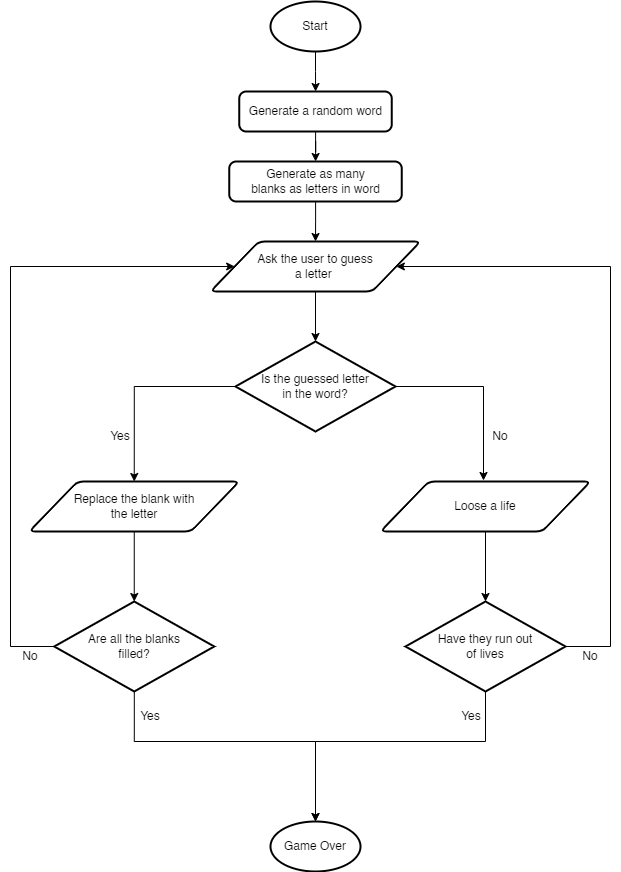
Earlier version of the draw.io export Resources/Hangman.drawio.png (wakabibrian/100DaysOfCodeChallenge_Python). Source tidied: cells renumbered, new cells last; positions are measured from the earlier drawing's top-left corner, leaving out a move shared by most shapes.
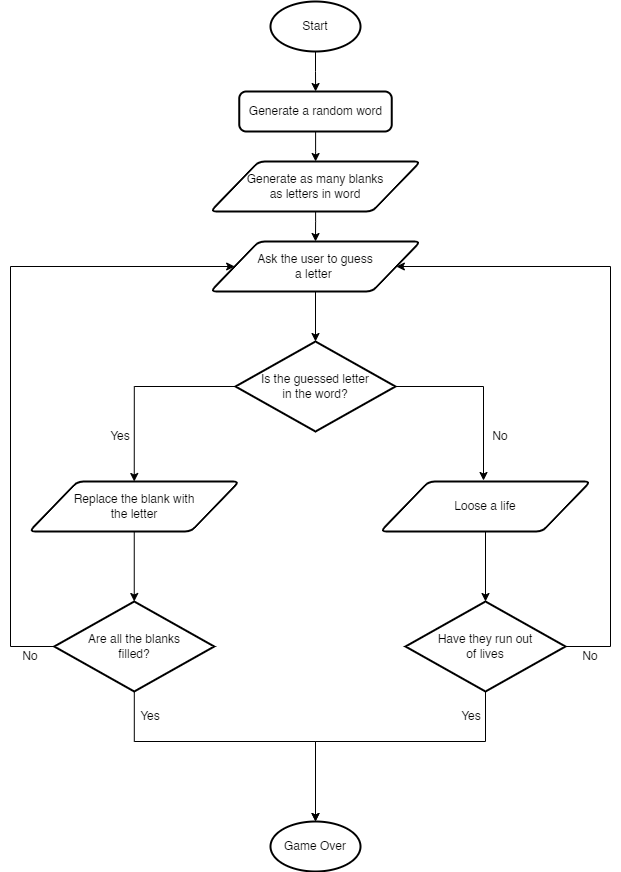
Above is the later version.

The edit, as a diff of the source:
```diff
@@ -8,18 +8,19 @@
     <mxCell id="3" value="Start" style="strokeWidth=2;html=1;shape=mxgraph.flowchart.start_1;whiteSpace=wrap;" parent="1" vertex="1">
       <mxGeometry x="270" width="90" height="50" as="geometry" />
     </mxCell>
-    <mxCell id="4" style="edgeStyle=orthogonalEdgeStyle;rounded=0;jettySize=auto;html=1;" parent="1" edge="1" source="5" target="7">
-      <mxGeometry relative="1" as="geometry" />
+    <mxCell id="4" style="edgeStyle=orthogonalEdgeStyle;rounded=0;jettySize=auto;html=1;" parent="1" edge="1" source="5">
+      <mxGeometry relative="1" as="geometry">
+        <mxPoint x="315.1" y="160" as="targetPoint" />
+      </mxGeometry>
     </mxCell>
     <mxCell id="5" value="Generate a&amp;nbsp;random word" style="rounded=1;whiteSpace=wrap;html=1;absoluteArcSize=1;arcSize=14;strokeWidth=2;" parent="1" vertex="1">
       <mxGeometry x="238.8" y="90" width="152.5" height="40" as="geometry" />
     </mxCell>
-    <mxCell id="6" style="edgeStyle=orthogonalEdgeStyle;rounded=0;jettySize=auto;html=1;" parent="1" edge="1" source="7" target="9">
-      <mxGeometry relative="1" as="geometry" />
+    <mxCell id="6" style="edgeStyle=orthogonalEdgeStyle;rounded=0;jettySize=auto;html=1;" parent="1" edge="1" target="9">
+      <mxGeometry relative="1" as="geometry">
+        <mxPoint x="315.1" y="200" as="sourcePoint" />
+      </mxGeometry>
     </mxCell>
-    <mxCell id="7" value="Generate as many&lt;br&gt;blanks as letters in word" style="rounded=1;whiteSpace=wrap;html=1;absoluteArcSize=1;arcSize=14;strokeWidth=2;" parent="1" vertex="1">
-      <mxGeometry x="228.8" y="160" width="172.5" height="40" as="geometry" />
-    </mxCell>
     <mxCell id="8" style="edgeStyle=orthogonalEdgeStyle;rounded=0;jettySize=auto;html=1;" parent="1" edge="1" source="9" target="12">
       <mxGeometry relative="1" as="geometry" />
     </mxCell>
@@ -115,5 +116,8 @@
     <mxCell id="29" value="Yes" style="text;html=1;strokeColor=none;fillColor=none;align=center;verticalAlign=middle;whiteSpace=wrap;rounded=0;" parent="1" vertex="1">
       <mxGeometry x="441" y="700" width="60" height="30" as="geometry" />
     </mxCell>
+    <mxCell id="7" value="Generate as many blanks &lt;br&gt;as letters in word" style="shape=parallelogram;html=1;strokeWidth=2;perimeter=parallelogramPerimeter;whiteSpace=wrap;rounded=1;arcSize=12;size=0.23;" parent="1" vertex="1">
+      <mxGeometry x="210" y="160" width="210" height="50" as="geometry" />
+    </mxCell>
   </root>
 </mxGraphModel>
```
